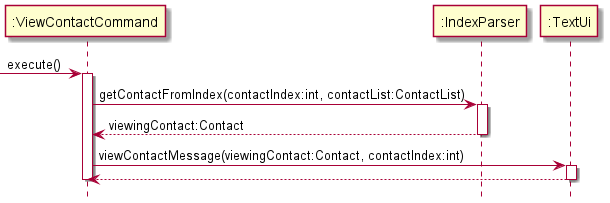
The PlantUML diagram docs/images/ViewContactCommandSequenceDiagram.png in nus-cs2113-AY2122S1/tp, before a commit. Source of this version:
```plantuml
@startuml
hide footbox
-> ":ViewContactCommand": execute()
activate ":ViewContactCommand"

":ViewContactCommand" -> ":IndexParser" :getContactFromIndex(contactIndex:int, contactList:ContactList)
activate ":IndexParser"
":IndexParser" --> ":ViewContactCommand" :viewingContact:Contact
deactivate ":IndexParser"

":ViewContactCommand" -> ":TextUi":viewContactMessage(viewingContact:Contact, contactIndex:int)
activate ":TextUi"
":TextUi" --> ":ViewContactCommand"
deactivate ":TextUi"

deactivate ":ViewContactCommand"
@enduml
```
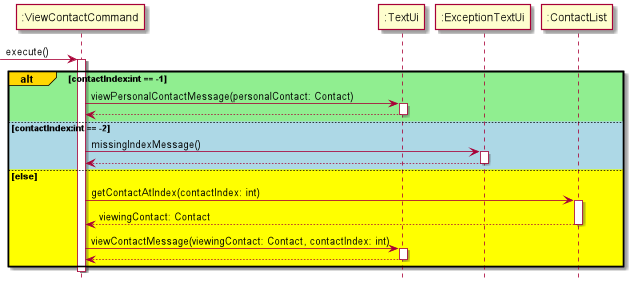
The same diagram one commit later.

Commit message:
Update ViewContactCommand sequence diagram

Diff of the diagram source:
```diff
@@ -1,17 +1,30 @@
 @startuml
 hide footbox
--> ":ViewContactCommand": execute()
+-> ":ViewContactCommand":execute()
 activate ":ViewContactCommand"
+alt#gold #lightgreen contactIndex:int == -1
+":ViewContactCommand" -> ":TextUi" :viewPersonalContactMessage(personalContact: Contact)
+activate ":TextUi"
 
-":ViewContactCommand" -> ":IndexParser" :getContactFromIndex(contactIndex:int, contactList:ContactList)
-activate ":IndexParser"
-":IndexParser" --> ":ViewContactCommand" :viewingContact:Contact
-deactivate ":IndexParser"
+":TextUi" --> ":ViewContactCommand"
+deactivate ":TextUi"
 
-":ViewContactCommand" -> ":TextUi":viewContactMessage(viewingContact:Contact, contactIndex:int)
+else #lightblue contactIndex:int == -2
+":ViewContactCommand" -> ":ExceptionTextUi" :missingIndexMessage()
+activate ":ExceptionTextUi"
+
+":ExceptionTextUi" --> ":ViewContactCommand"
+deactivate ":ExceptionTextUi"
+
+else #yellow else
+":ViewContactCommand" -> ":ContactList" :getContactAtIndex(contactIndex: int)
+activate ":ContactList"
+":ContactList" --> ":ViewContactCommand" :viewingContact: Contact
+deactivate ":ContactList"
+":ViewContactCommand" -> ":TextUi" :viewContactMessage(viewingContact: Contact, contactIndex: int)
 activate ":TextUi"
 ":TextUi" --> ":ViewContactCommand"
 deactivate ":TextUi"
-
+end
 deactivate ":ViewContactCommand"
 @enduml
```
